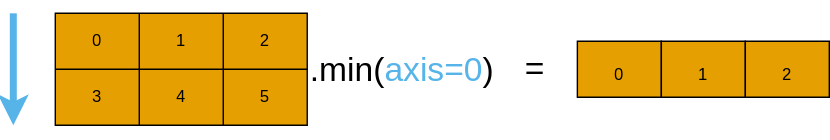
The draw.io diagram content/img/np_min_2d_ax0.svg in qianglise/pykurs, before a commit. Source tidied: cells renumbered, new cells last; positions are measured from the earlier drawing's top-left corner, leaving out a move shared by most shapes.
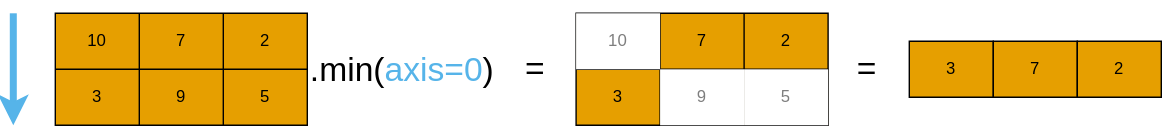
Above is the later version.

The edit, as a diff of the source:
```diff
@@ -2,11 +2,14 @@
   <root>
     <mxCell id="0" />
     <mxCell id="1" parent="0" />
-    <mxCell id="2" style="group;" parent="1" vertex="1">
-      <mxGeometry x="30" width="553" height="80" as="geometry" />
+    <mxCell id="2" style="endArrow=classic;html=1;strokeColor=#56B4E9;rounded=0;strokeWidth=5;" parent="1" edge="1">
+      <mxGeometry relative="1" as="geometry">
+        <mxPoint x="650" as="sourcePoint" />
+        <mxPoint x="650" y="80" as="targetPoint" />
+      </mxGeometry>
     </mxCell>
-    <mxCell id="3" style="group;" parent="2" vertex="1">
-      <mxGeometry width="433" height="80" as="geometry" />
+    <mxCell id="3" style="group;" parent="1" vertex="1">
+      <mxGeometry x="680" width="433" height="80" as="geometry" />
     </mxCell>
     <mxCell id="4" style="group;" parent="3" vertex="1">
       <mxGeometry width="313" height="80" as="geometry" />
@@ -20,10 +23,10 @@
     <mxCell id="7" style="shape=tableRow;horizontal=0;startSize=0;swimlaneHead=0;swimlaneBody=0;top=0;left=0;bottom=0;right=0;fillColor=none;shadow=0;dashed=1;sketch=0;fontColor=#000000;strokeColor=default;" parent="6" vertex="1">
       <mxGeometry width="180" height="40" as="geometry" />
     </mxCell>
-    <mxCell id="8" value="0" style="shape=partialRectangle;html=1;whiteSpace=wrap;overflow=hidden;fillColor=none;top=0;left=0;bottom=0;right=0;shadow=0;dashed=1;sketch=0;fontColor=#000000;strokeColor=default;" parent="7" vertex="1">
+    <mxCell id="8" value="10" style="shape=partialRectangle;html=1;whiteSpace=wrap;overflow=hidden;fillColor=none;top=0;left=0;bottom=0;right=0;shadow=0;dashed=1;sketch=0;fontColor=#000000;strokeColor=default;" parent="7" vertex="1">
       <mxGeometry width="60" height="40" as="geometry" />
     </mxCell>
-    <mxCell id="9" value="1" style="shape=partialRectangle;html=1;whiteSpace=wrap;overflow=hidden;fillColor=none;top=0;left=0;bottom=0;right=0;shadow=0;dashed=1;sketch=0;fontColor=#000000;strokeColor=default;" parent="7" vertex="1">
+    <mxCell id="9" value="7" style="shape=partialRectangle;html=1;whiteSpace=wrap;overflow=hidden;fillColor=none;top=0;left=0;bottom=0;right=0;shadow=0;dashed=1;sketch=0;fontColor=#000000;strokeColor=default;" parent="7" vertex="1">
       <mxGeometry x="60" width="60" height="40" as="geometry" />
     </mxCell>
     <mxCell id="10" value="2" style="shape=partialRectangle;html=1;whiteSpace=wrap;overflow=hidden;fillColor=none;top=0;left=0;bottom=0;right=0;shadow=0;dashed=1;sketch=0;fontColor=#000000;strokeColor=default;" parent="7" vertex="1">
@@ -35,7 +38,7 @@
     <mxCell id="12" value="3" style="shape=partialRectangle;html=1;whiteSpace=wrap;overflow=hidden;fillColor=none;top=0;left=0;bottom=0;right=0;shadow=0;dashed=1;sketch=0;fontColor=#000000;strokeColor=default;" parent="11" vertex="1">
       <mxGeometry width="60" height="40" as="geometry" />
     </mxCell>
-    <mxCell id="13" value="4" style="shape=partialRectangle;html=1;whiteSpace=wrap;overflow=hidden;fillColor=none;top=0;left=0;bottom=0;right=0;shadow=0;dashed=1;sketch=0;fontColor=#000000;strokeColor=default;" parent="11" vertex="1">
+    <mxCell id="13" value="9" style="shape=partialRectangle;html=1;whiteSpace=wrap;overflow=hidden;fillColor=none;top=0;left=0;bottom=0;right=0;shadow=0;dashed=1;sketch=0;fontColor=#000000;strokeColor=default;" parent="11" vertex="1">
       <mxGeometry x="60" width="60" height="40" as="geometry" />
     </mxCell>
     <mxCell id="14" value="5" style="shape=partialRectangle;html=1;whiteSpace=wrap;overflow=hidden;fillColor=none;top=0;left=0;bottom=0;right=0;shadow=0;dashed=1;sketch=0;fontColor=#000000;strokeColor=default;" parent="11" vertex="1">
@@ -50,38 +53,65 @@
     <mxCell id="17" value="=" style="shape=partialRectangle;html=1;whiteSpace=wrap;overflow=hidden;fillColor=none;top=0;left=0;bottom=0;right=0;rounded=0;shadow=0;sketch=0;fontSize=24;fontColor=#000000;strokeColor=#000000;" parent="16" vertex="1">
       <mxGeometry width="60" height="40" as="geometry" />
     </mxCell>
-    <mxCell id="18" style="shape=table;startSize=0;shadow=0;sketch=0;fontSize=24;fontColor=#000000;strokeColor=default;fillColor=#E69F00;gradientColor=none;" parent="16" vertex="1">
-      <mxGeometry x="60" width="60" height="40" as="geometry" />
+    <mxCell id="18" style="shape=table;startSize=0;shadow=0;sketch=0;fontColor=#000000;strokeColor=default;fillColor=#E69F00;gradientColor=none;" parent="1" vertex="1">
+      <mxGeometry x="1052" width="180" height="80" as="geometry" />
     </mxCell>
-    <mxCell id="19" style="shape=tableRow;horizontal=0;startSize=0;swimlaneHead=0;swimlaneBody=0;top=0;left=0;bottom=0;right=0;fillColor=none;shadow=0;sketch=0;fontSize=24;fontColor=#000000;strokeColor=default;" parent="18" vertex="1">
-      <mxGeometry width="60" height="40" as="geometry" />
+    <mxCell id="19" style="shape=tableRow;horizontal=0;startSize=0;swimlaneHead=0;swimlaneBody=0;top=0;left=0;bottom=0;right=0;fillColor=none;shadow=0;dashed=1;sketch=0;fontColor=#000000;strokeColor=default;" parent="18" vertex="1">
+      <mxGeometry width="180" height="40" as="geometry" />
     </mxCell>
-    <mxCell id="20" value="&lt;font style=&quot;font-size: 12px&quot;&gt;0&lt;/font&gt;" style="shape=partialRectangle;html=1;whiteSpace=wrap;overflow=hidden;fillColor=none;top=0;left=0;bottom=0;right=0;shadow=0;sketch=0;fontSize=24;fontColor=#000000;strokeColor=default;" parent="19" vertex="1">
+    <mxCell id="20" value="10" style="shape=partialRectangle;html=1;whiteSpace=wrap;overflow=hidden;fillColor=default;top=0;left=0;bottom=0;right=0;shadow=0;dashed=1;sketch=0;fontColor=#000000;strokeColor=default;textOpacity=50;" parent="19" vertex="1">
       <mxGeometry width="60" height="40" as="geometry" />
     </mxCell>
-    <mxCell id="21" style="shape=table;startSize=0;shadow=0;sketch=0;fontSize=24;fontColor=#000000;strokeColor=default;fillColor=#E69F00;gradientColor=none;" parent="2" vertex="1">
-      <mxGeometry x="433" y="20" width="60" height="40" as="geometry" />
+    <mxCell id="21" value="7" style="shape=partialRectangle;html=1;whiteSpace=wrap;overflow=hidden;fillColor=none;top=0;left=0;bottom=0;right=0;shadow=0;dashed=1;sketch=0;fontColor=#000000;strokeColor=default;" parent="19" vertex="1">
+      <mxGeometry x="60" width="60" height="40" as="geometry" />
     </mxCell>
-    <mxCell id="22" style="shape=tableRow;horizontal=0;startSize=0;swimlaneHead=0;swimlaneBody=0;top=0;left=0;bottom=0;right=0;fillColor=none;shadow=0;sketch=0;fontSize=24;fontColor=#000000;strokeColor=default;" parent="21" vertex="1">
-      <mxGeometry width="60" height="40" as="geometry" />
+    <mxCell id="22" value="2" style="shape=partialRectangle;html=1;whiteSpace=wrap;overflow=hidden;fillColor=none;top=0;left=0;bottom=0;right=0;shadow=0;dashed=1;sketch=0;fontColor=#000000;strokeColor=default;" parent="19" vertex="1">
+      <mxGeometry x="120" width="60" height="40" as="geometry" />
     </mxCell>
-    <mxCell id="23" value="&lt;font style=&quot;font-size: 12px&quot;&gt;1&lt;/font&gt;" style="shape=partialRectangle;html=1;whiteSpace=wrap;overflow=hidden;fillColor=none;top=0;left=0;bottom=0;right=0;shadow=0;sketch=0;fontSize=24;fontColor=#000000;strokeColor=default;" parent="22" vertex="1">
-      <mxGeometry width="60" height="40" as="geometry" />
+    <mxCell id="23" style="shape=tableRow;horizontal=0;startSize=0;swimlaneHead=0;swimlaneBody=0;top=0;left=0;bottom=0;right=0;fillColor=none;shadow=0;dashed=1;sketch=0;fontColor=#000000;strokeColor=default;" parent="18" vertex="1">
+      <mxGeometry y="40" width="180" height="40" as="geometry" />
     </mxCell>
-    <mxCell id="24" style="shape=table;startSize=0;shadow=0;sketch=0;fontSize=24;fontColor=#000000;strokeColor=default;fillColor=#E69F00;gradientColor=none;" parent="2" vertex="1">
-      <mxGeometry x="493" y="20" width="60" height="40" as="geometry" />
+    <mxCell id="24" value="3" style="shape=partialRectangle;html=1;whiteSpace=wrap;overflow=hidden;fillColor=none;top=0;left=0;bottom=0;right=0;shadow=0;dashed=1;sketch=0;fontColor=#000000;strokeColor=default;" parent="23" vertex="1">
+      <mxGeometry width="60" height="40" as="geometry" />
     </mxCell>
-    <mxCell id="25" style="shape=tableRow;horizontal=0;startSize=0;swimlaneHead=0;swimlaneBody=0;top=0;left=0;bottom=0;right=0;fillColor=none;shadow=0;sketch=0;fontSize=24;fontColor=#000000;strokeColor=default;" parent="24" vertex="1">
-      <mxGeometry width="60" height="40" as="geometry" />
+    <mxCell id="25" value="9" style="shape=partialRectangle;html=1;whiteSpace=wrap;overflow=hidden;fillColor=default;top=0;left=0;bottom=0;right=0;shadow=0;dashed=1;sketch=0;fontColor=#000000;strokeColor=default;textOpacity=50;" parent="23" vertex="1">
+      <mxGeometry x="60" width="60" height="40" as="geometry" />
     </mxCell>
-    <mxCell id="26" value="&lt;font style=&quot;font-size: 12px&quot;&gt;2&lt;/font&gt;" style="shape=partialRectangle;html=1;whiteSpace=wrap;overflow=hidden;fillColor=none;top=0;left=0;bottom=0;right=0;shadow=0;sketch=0;fontSize=24;fontColor=#000000;strokeColor=default;" parent="25" vertex="1">
-      <mxGeometry width="60" height="40" as="geometry" />
+    <mxCell id="26" value="5" style="shape=partialRectangle;html=1;whiteSpace=wrap;overflow=hidden;fillColor=default;top=0;left=0;bottom=0;right=0;shadow=0;dashed=1;sketch=0;fontColor=#000000;strokeColor=default;textOpacity=50;" parent="23" vertex="1">
+      <mxGeometry x="120" width="60" height="40" as="geometry" />
     </mxCell>
-    <mxCell id="27" style="endArrow=classic;html=1;strokeColor=#56B4E9;rounded=0;strokeWidth=5;" parent="1" edge="1">
-      <mxGeometry relative="1" as="geometry">
-        <mxPoint as="sourcePoint" />
-        <mxPoint y="80" as="targetPoint" />
-      </mxGeometry>
+    <mxCell id="27" style="group;" parent="1" vertex="1">
+      <mxGeometry x="1230" y="20" width="120" height="40" as="geometry" />
     </mxCell>
+    <mxCell id="28" value="=" style="shape=partialRectangle;html=1;whiteSpace=wrap;overflow=hidden;fillColor=none;top=0;left=0;bottom=0;right=0;rounded=0;shadow=0;sketch=0;fontSize=24;fontColor=#000000;strokeColor=#000000;" parent="27" vertex="1">
+      <mxGeometry width="60" height="40" as="geometry" />
+    </mxCell>
+    <mxCell id="29" style="shape=table;startSize=0;shadow=0;sketch=0;fontSize=24;fontColor=#000000;strokeColor=default;fillColor=#E69F00;gradientColor=none;" parent="27" vertex="1">
+      <mxGeometry x="60" width="60" height="40" as="geometry" />
+    </mxCell>
+    <mxCell id="30" style="shape=tableRow;horizontal=0;startSize=0;swimlaneHead=0;swimlaneBody=0;top=0;left=0;bottom=0;right=0;fillColor=none;shadow=0;sketch=0;fontSize=24;fontColor=#000000;strokeColor=default;" parent="29" vertex="1">
+      <mxGeometry width="60" height="40" as="geometry" />
+    </mxCell>
+    <mxCell id="31" value="3" style="shape=partialRectangle;html=1;whiteSpace=wrap;overflow=hidden;fillColor=none;top=0;left=0;bottom=0;right=0;shadow=0;sketch=0;fontSize=12;fontColor=#000000;strokeColor=default;" parent="30" vertex="1">
+      <mxGeometry width="60" height="40" as="geometry" />
+    </mxCell>
+    <mxCell id="32" style="shape=table;startSize=0;shadow=0;sketch=0;fontSize=24;fontColor=#000000;strokeColor=default;fillColor=#E69F00;gradientColor=none;" parent="1" vertex="1">
+      <mxGeometry x="1350" y="20" width="60" height="40" as="geometry" />
+    </mxCell>
+    <mxCell id="33" style="shape=tableRow;horizontal=0;startSize=0;swimlaneHead=0;swimlaneBody=0;top=0;left=0;bottom=0;right=0;fillColor=none;shadow=0;sketch=0;fontSize=24;fontColor=#000000;strokeColor=default;" parent="32" vertex="1">
+      <mxGeometry width="60" height="40" as="geometry" />
+    </mxCell>
+    <mxCell id="34" value="&lt;font style=&quot;font-size: 12px&quot;&gt;7&lt;/font&gt;" style="shape=partialRectangle;html=1;whiteSpace=wrap;overflow=hidden;fillColor=none;top=0;left=0;bottom=0;right=0;shadow=0;sketch=0;fontSize=12;fontColor=#000000;strokeColor=default;" parent="33" vertex="1">
+      <mxGeometry width="60" height="40" as="geometry" />
+    </mxCell>
+    <mxCell id="35" style="shape=table;startSize=0;shadow=0;sketch=0;fontSize=24;fontColor=#000000;strokeColor=default;fillColor=#E69F00;gradientColor=none;" parent="1" vertex="1">
+      <mxGeometry x="1410" y="20" width="60" height="40" as="geometry" />
+    </mxCell>
+    <mxCell id="36" style="shape=tableRow;horizontal=0;startSize=0;swimlaneHead=0;swimlaneBody=0;top=0;left=0;bottom=0;right=0;fillColor=none;shadow=0;sketch=0;fontSize=24;fontColor=#000000;strokeColor=default;" parent="35" vertex="1">
+      <mxGeometry width="60" height="40" as="geometry" />
+    </mxCell>
+    <mxCell id="37" value="&lt;font style=&quot;font-size: 12px&quot;&gt;2&lt;/font&gt;" style="shape=partialRectangle;html=1;whiteSpace=wrap;overflow=hidden;fillColor=none;top=0;left=0;bottom=0;right=0;shadow=0;sketch=0;fontSize=12;fontColor=#000000;strokeColor=default;" parent="36" vertex="1">
+      <mxGeometry width="60" height="40" as="geometry" />
+    </mxCell>
   </root>
 </mxGraphModel>
```
